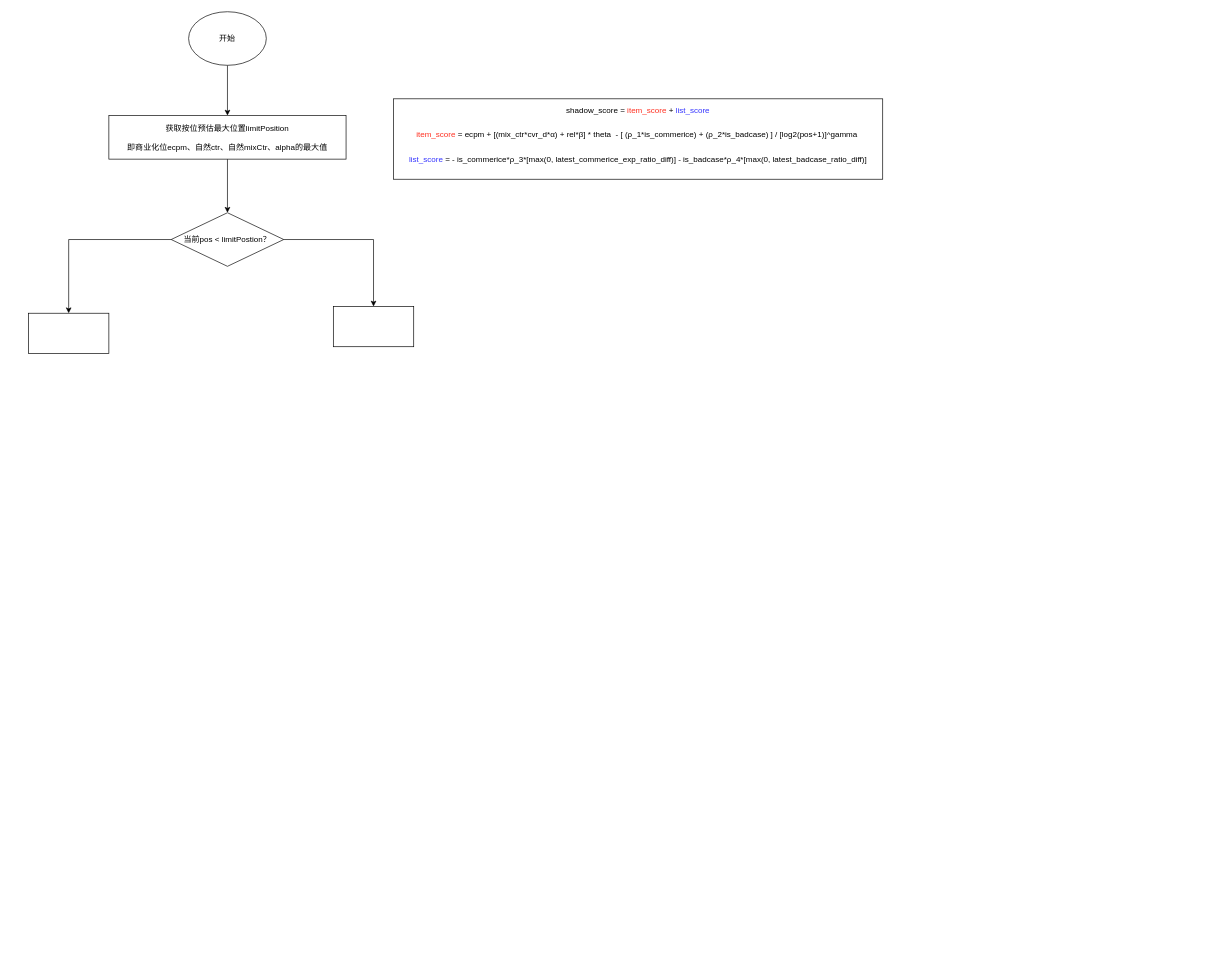
Above: 22218713 【商店搜索】列表价值混排方法-虚拟价格.drawio in ETHAN0430/draw.io.repo (draw.io), before the change. Source tidied: cells renumbered, new cells numbered last; positions are measured from the earlier drawing's top-left corner, leaving out a move shared by most shapes. Both pictures are drawn from the tidied source at 67%, with x=0, y=0 at pixel (28, 11).
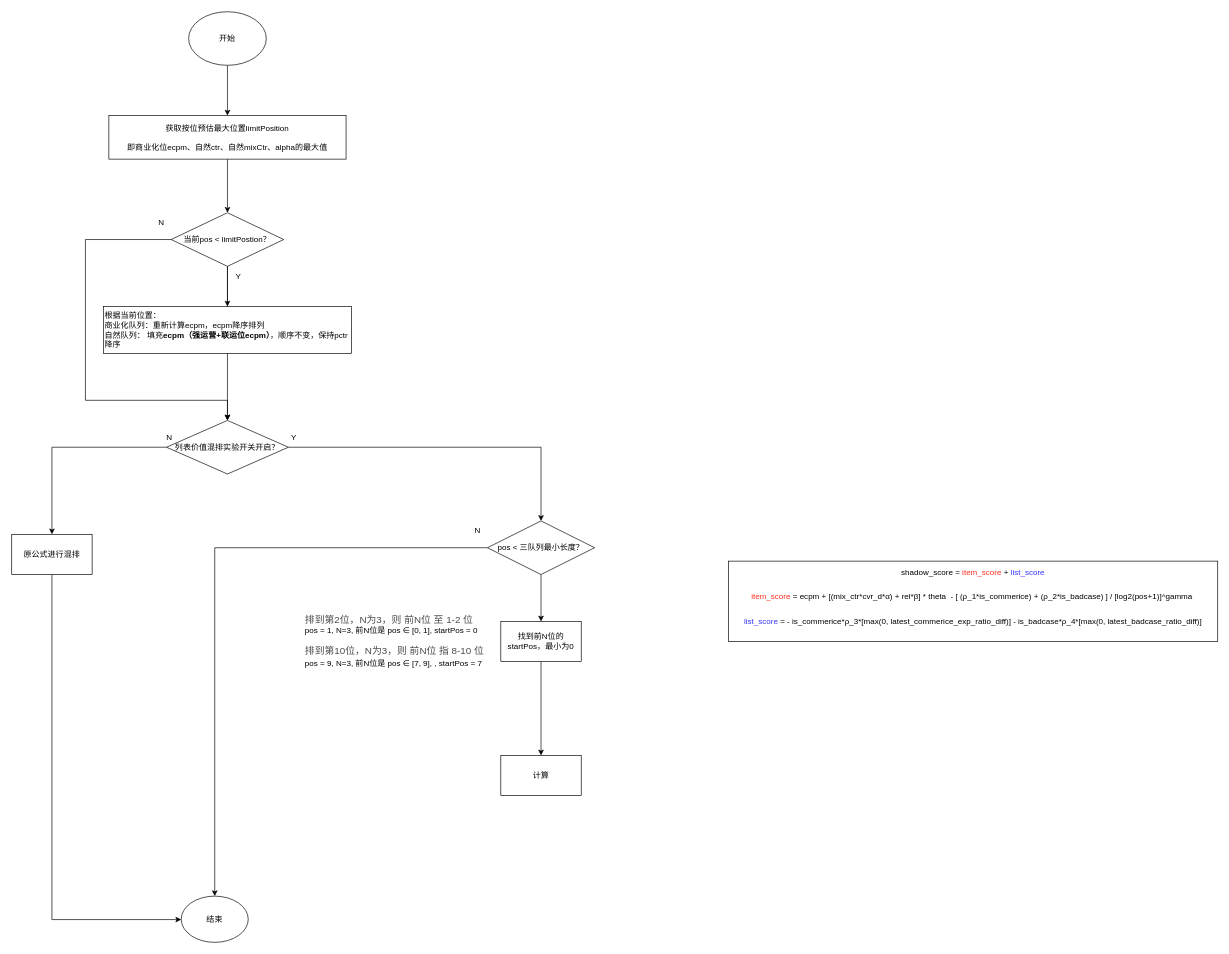
After the change.

Commit message:
更新22218713 【商店搜索】列表价值混排方法-虚拟价格.drawio

The change refers to these unchanged cells:
```xml
<mxCell id="9" value="当前pos &amp;lt; limitPostion？" style="rhombus;whiteSpace=wrap;html=1;" parent="1" vertex="1">
  <mxGeometry x="213" y="300" width="168" height="80" as="geometry" />
</mxCell>
```

Diff of the diagram source:
```diff
@@
     <mxCell id="4" value="&lt;span&gt;&lt;div style=&quot;line-height: 100%;&quot; class=&quot;ql-code-block ql-long-10203 ql-authorBlock-10203 ql-direction-ltr&quot;&gt;shadow_score &lt;span class=&quot;ql-token hljs-operator&quot;&gt;=&lt;/span&gt; &lt;font color=&quot;#ff2e1f&quot;&gt;item_score&lt;/font&gt; &lt;span class=&quot;ql-token hljs-operator&quot;&gt;+&lt;/span&gt; &lt;font color=&quot;#3333ff&quot;&gt;list_score&lt;/font&gt;&lt;br&gt;&lt;br&gt;&lt;span data-docs-delta=&quot;[[20,&amp;quot;item_score = ecpm + [(mix_ctr*cvr_d*α) + rel*β] * theta&amp;quot;],[20,&amp;quot;\n&amp;quot;,&amp;quot;24:\&amp;quot;LYW5\&amp;quot;|36:150|direction:\&amp;quot;ltr\&amp;quot;&amp;quot;],[20,&amp;quot;          - [ (ρ_1*is_commerice) + (ρ_2*is_badcase) ] / [log2(pos+1)]^gamma &amp;quot;],[20,&amp;quot;\n&amp;quot;,&amp;quot;24:\&amp;quot;6fk8\&amp;quot;|36:150|direction:\&amp;quot;ltr\&amp;quot;&amp;quot;]]&quot;&gt;&lt;pre&gt;&lt;font face=&quot;Helvetica&quot;&gt;&lt;font color=&quot;#ff2e1f&quot;&gt;item_score&lt;/font&gt; = ecpm + [(mix_ctr*cvr_d*α) + rel*β] * theta  - [ (ρ_1*is_commerice) + (ρ_2*is_badcase) ] / [log2(pos+1)]^gamma &lt;br&gt;&lt;br&gt;&lt;/font&gt;&lt;pre&gt;&lt;font face=&quot;Helvetica&quot;&gt;&lt;font color=&quot;#3333ff&quot;&gt;list_score&lt;/font&gt; = - is_commerice*ρ_3*[max(0, latest_commerice_exp_ratio_diff)] - is_badcase*ρ_4*[max(0, latest_badcase_ratio_diff)]&lt;/font&gt;&lt;/pre&gt;&lt;/pre&gt;&lt;/span&gt;&lt;/div&gt;&lt;/span&gt;" style="whiteSpace=wrap;html=1;" parent="1" vertex="1">
-      <mxGeometry x="545" y="130" width="730" height="120" as="geometry" />
+      <mxGeometry x="1045" y="820" width="730" height="120" as="geometry" />
     </mxCell>
@@
-    <mxCell id="8" style="edgeStyle=orthogonalEdgeStyle;rounded=0;jettySize=auto;html=1;" parent="1" edge="1" source="9" target="11">
-      <mxGeometry relative="1" as="geometry" />
-    </mxCell>
+    <mxCell id="12" style="edgeStyle=orthogonalEdgeStyle;rounded=0;jettySize=auto;html=1;" parent="1" edge="1" source="9">
+      <mxGeometry relative="1" as="geometry">
+        <mxPoint x="297" y="610" as="targetPoint" />
+      </mxGeometry>
+    </mxCell>
+    <mxCell id="13" style="edgeStyle=orthogonalEdgeStyle;rounded=0;jettySize=auto;html=1;entryX=0.5;entryY=0;entryDx=0;entryDy=0;" parent="1" edge="1" source="9" target="18">
+      <mxGeometry relative="1" as="geometry">
+        <Array as="points">
+          <mxPoint x="85" y="340" />
+          <mxPoint x="85" y="580" />
+          <mxPoint x="297" y="580" />
+        </Array>
+      </mxGeometry>
+    </mxCell>
@@
-    <mxCell id="10" style="whiteSpace=wrap;html=1;" parent="1" vertex="1">
-      <mxGeometry y="450" width="120" height="60" as="geometry" />
+    <mxCell id="10" value="根据当前位置：&lt;br&gt;商业化队列：重新计算ecpm，ecpm降序排列&lt;br&gt;自然队列： 填充&lt;b&gt;ecpm（强运营+联运位ecpm）&lt;/b&gt;，顺序不变，保持pctr降序" style="whiteSpace=wrap;html=1;align=left;" parent="1" vertex="1">
+      <mxGeometry x="112" y="440" width="370" height="70" as="geometry" />
     </mxCell>
-    <mxCell id="11" style="whiteSpace=wrap;html=1;" parent="1" vertex="1">
-      <mxGeometry x="455" y="440" width="120" height="60" as="geometry" />
-    </mxCell>
+    <mxCell id="14" value="Y" style="text;html=1;align=center;verticalAlign=middle;strokeColor=none;fillColor=none;" parent="1" vertex="1">
+      <mxGeometry x="298" y="380" width="30" height="30" as="geometry" />
+    </mxCell>
+    <mxCell id="15" value="N" style="text;html=1;align=center;verticalAlign=middle;strokeColor=none;fillColor=none;" parent="1" vertex="1">
+      <mxGeometry x="183" y="300" width="30" height="30" as="geometry" />
+    </mxCell>
+    <mxCell id="16" style="edgeStyle=orthogonalEdgeStyle;rounded=0;jettySize=auto;html=1;" parent="1" edge="1" source="18" target="20">
+      <mxGeometry relative="1" as="geometry" />
+    </mxCell>
+    <mxCell id="17" style="edgeStyle=orthogonalEdgeStyle;rounded=0;jettySize=auto;html=1;entryX=0.5;entryY=0;entryDx=0;entryDy=0;" parent="1" edge="1" source="18" target="30">
+      <mxGeometry relative="1" as="geometry" />
+    </mxCell>
+    <mxCell id="18" value="列表价值混排实验开关开启？" style="rhombus;whiteSpace=wrap;html=1;" parent="1" vertex="1">
+      <mxGeometry x="206" y="610" width="182" height="80" as="geometry" />
+    </mxCell>
+    <mxCell id="19" style="edgeStyle=orthogonalEdgeStyle;rounded=0;jettySize=auto;html=1;" parent="1" edge="1" source="20" target="21">
+      <mxGeometry relative="1" as="geometry">
+        <Array as="points">
+          <mxPoint x="35" y="1355" />
+        </Array>
+      </mxGeometry>
+    </mxCell>
+    <mxCell id="20" value="原公式进行混排" style="whiteSpace=wrap;html=1;" parent="1" vertex="1">
+      <mxGeometry x="-25" y="780" width="120" height="60" as="geometry" />
+    </mxCell>
+    <mxCell id="21" value="结束" style="ellipse;whiteSpace=wrap;html=1;" parent="1" vertex="1">
+      <mxGeometry x="228" y="1320" width="100" height="69" as="geometry" />
+    </mxCell>
+    <mxCell id="22" value="N" style="text;html=1;align=center;verticalAlign=middle;strokeColor=none;fillColor=none;" parent="1" vertex="1">
+      <mxGeometry x="195" y="620" width="30" height="30" as="geometry" />
+    </mxCell>
+    <mxCell id="23" value="Y" style="text;html=1;align=center;verticalAlign=middle;strokeColor=none;fillColor=none;" parent="1" vertex="1">
+      <mxGeometry x="381" y="620" width="30" height="30" as="geometry" />
+    </mxCell>
+    <mxCell id="24" value="&lt;span style=&quot;color: rgb(73, 73, 73); font-size: 14.6667px;&quot;&gt;排到第2位，N为3，则 前N位 至 1-2 位&lt;br&gt;&lt;/span&gt;pos = 1, N=3, 前N位是 pos ∈ [0, 1], startPos = 0&lt;br&gt;&lt;br style=&quot;color: rgb(73, 73, 73); font-size: 14.6667px;&quot;&gt;&lt;span style=&quot;color: rgb(73, 73, 73); font-size: 14.6667px;&quot;&gt;排到第10位，N为3，则 前N位 指 8-10 位&lt;br&gt;&lt;/span&gt;pos = 9, N=3, 前N位是 pos ∈ [7, 9], , startPos = 7&lt;span style=&quot;color: rgb(73, 73, 73); font-size: 14.6667px;&quot;&gt;&lt;br&gt;&lt;/span&gt;" style="text;html=1;align=left;verticalAlign=middle;strokeColor=none;fillColor=none;" parent="1" vertex="1">
+      <mxGeometry x="411" y="890" width="290" height="100" as="geometry" />
+    </mxCell>
+    <mxCell id="25" style="edgeStyle=orthogonalEdgeStyle;rounded=0;jettySize=auto;html=1;" parent="1" edge="1" source="26" target="27">
+      <mxGeometry relative="1" as="geometry" />
+    </mxCell>
+    <mxCell id="26" value="找到前N位的startPos，最小为0" style="whiteSpace=wrap;html=1;" parent="1" vertex="1">
+      <mxGeometry x="705" y="910" width="120" height="60" as="geometry" />
+    </mxCell>
+    <mxCell id="27" value="计算" style="whiteSpace=wrap;html=1;" parent="1" vertex="1">
+      <mxGeometry x="705" y="1110" width="120" height="60" as="geometry" />
+    </mxCell>
+    <mxCell id="28" style="edgeStyle=orthogonalEdgeStyle;rounded=0;jettySize=auto;html=1;entryX=0.5;entryY=0;entryDx=0;entryDy=0;" parent="1" edge="1" source="30" target="21">
+      <mxGeometry relative="1" as="geometry" />
+    </mxCell>
+    <mxCell id="29" style="edgeStyle=orthogonalEdgeStyle;rounded=0;jettySize=auto;html=1;entryX=0.5;entryY=0;entryDx=0;entryDy=0;" parent="1" edge="1" source="30" target="26">
+      <mxGeometry relative="1" as="geometry" />
+    </mxCell>
+    <mxCell id="30" value="pos &amp;lt; 三队列最小长度？" style="rhombus;whiteSpace=wrap;html=1;" parent="1" vertex="1">
+      <mxGeometry x="685" y="760" width="160" height="80" as="geometry" />
+    </mxCell>
+    <mxCell id="31" value="N" style="text;html=1;align=center;verticalAlign=middle;strokeColor=none;fillColor=none;" parent="1" vertex="1">
+      <mxGeometry x="655" y="760" width="30" height="30" as="geometry" />
+    </mxCell>
```
